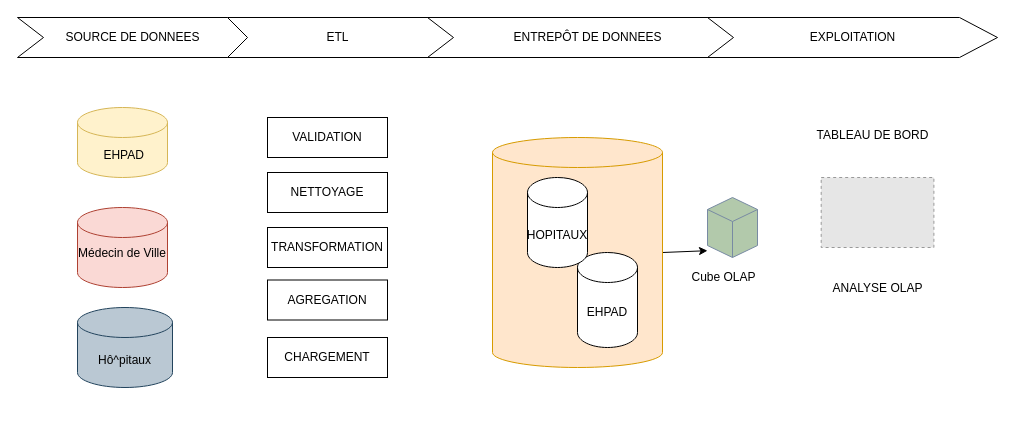
Above: Partie_2/Untitled Diagram.drawio in agossouvo/creez_un_dashboard (draw.io), before the change. Source tidied: cells renumbered, new cells numbered last; positions are measured from the earlier drawing's top-left corner, leaving out a move shared by most shapes. Both pictures are drawn from the tidied source at 100%, with x=0, y=0 at pixel (17, 17). Pictures stored in the file or linked from it are replaced by grey dashed boxes.
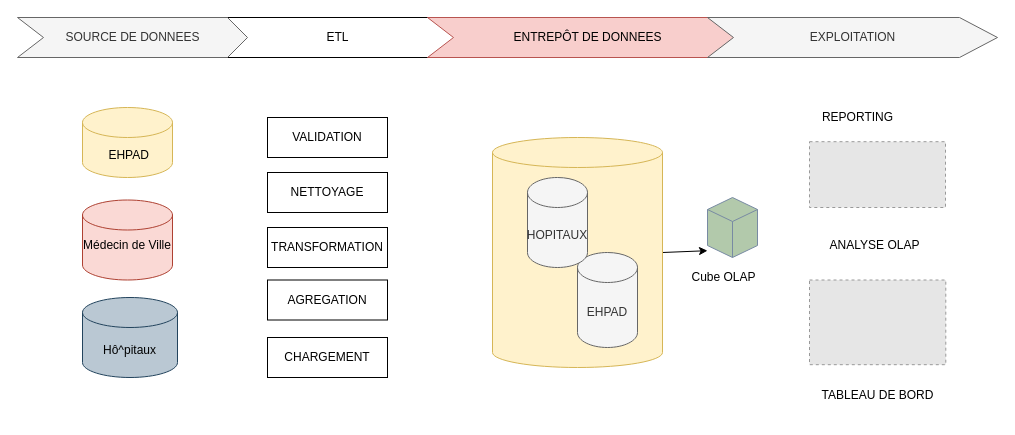
The same diagram, later.

Commit message:
Mettre à jour Untitled Diagram.drawio

The edit, as a diff of the source:
```diff
@@
     <mxCell id="3" value="&lt;div&gt;Médecin de Ville&lt;/div&gt;&lt;div&gt;&lt;br&gt;&lt;/div&gt;" style="shape=cylinder3;whiteSpace=wrap;html=1;boundedLbl=1;backgroundOutline=1;size=15;fillColor=#fad9d5;strokeColor=#ae4132;" parent="1" vertex="1">
-      <mxGeometry x="60" y="190" width="90" height="80" as="geometry" />
+      <mxGeometry x="65" y="182.5" width="90" height="80" as="geometry" />
     </mxCell>
     <mxCell id="4" value="&amp;nbsp;EHPAD" style="shape=cylinder3;whiteSpace=wrap;html=1;boundedLbl=1;backgroundOutline=1;size=15;labelBorderColor=none;fillColor=#fff2cc;strokeColor=#d6b656;" parent="1" vertex="1">
-      <mxGeometry x="60" y="90" width="90" height="70" as="geometry" />
+      <mxGeometry x="65" y="90" width="90" height="70" as="geometry" />
     </mxCell>
@@
-    <mxCell id="7" style="shape=cylinder3;whiteSpace=wrap;html=1;boundedLbl=1;backgroundOutline=1;size=15;fillColor=#ffe6cc;strokeColor=#d79b00;" parent="1" vertex="1">
+    <mxCell id="7" style="shape=cylinder3;whiteSpace=wrap;html=1;boundedLbl=1;backgroundOutline=1;size=15;fillColor=#fff2cc;strokeColor=#d6b656;" parent="1" vertex="1">
       <mxGeometry x="475" y="120" width="170" height="230" as="geometry" />
     </mxCell>
     <mxCell id="8" value="Hô^pitaux" style="shape=cylinder3;whiteSpace=wrap;html=1;boundedLbl=1;backgroundOutline=1;size=15;fillColor=#bac8d3;strokeColor=#23445d;" parent="1" vertex="1">
-      <mxGeometry x="60" y="290" width="95" height="80" as="geometry" />
+      <mxGeometry x="65" y="280" width="95" height="80" as="geometry" />
     </mxCell>
@@
-    <mxCell id="10" value="SOURCE DE DONNEES" style="html=1;shadow=0;dashed=0;align=center;verticalAlign=middle;shape=mxgraph.arrows2.arrow;dy=0;dx=20;notch=26;" parent="1" vertex="1">
+    <mxCell id="10" value="SOURCE DE DONNEES" style="html=1;shadow=0;dashed=0;align=center;verticalAlign=middle;shape=mxgraph.arrows2.arrow;dy=0;dx=20;notch=26;fillColor=#f5f5f5;strokeColor=#666666;fontColor=#333333;" parent="1" vertex="1">
       <mxGeometry width="230" height="40" as="geometry" />
     </mxCell>
-    <mxCell id="11" value="ENTREPÔT DE DONNEES" style="html=1;shadow=0;dashed=0;align=center;verticalAlign=middle;shape=mxgraph.arrows2.arrow;dy=0;dx=38;notch=26;" parent="1" vertex="1">
+    <mxCell id="11" value="ENTREPÔT DE DONNEES" style="html=1;shadow=0;dashed=0;align=center;verticalAlign=middle;shape=mxgraph.arrows2.arrow;dy=0;dx=38;notch=26;fillColor=#f8cecc;strokeColor=#b85450;" parent="1" vertex="1">
       <mxGeometry x="410" width="320" height="40" as="geometry" />
     </mxCell>
-    <mxCell id="12" value="EXPLOITATION" style="html=1;shadow=0;dashed=0;align=center;verticalAlign=middle;shape=mxgraph.arrows2.arrow;dy=0;dx=38;notch=26;" parent="1" vertex="1">
+    <mxCell id="12" value="EXPLOITATION" style="html=1;shadow=0;dashed=0;align=center;verticalAlign=middle;shape=mxgraph.arrows2.arrow;dy=0;dx=38;notch=26;fillColor=#f5f5f5;strokeColor=#666666;fontColor=#333333;" parent="1" vertex="1">
       <mxGeometry x="690" width="290" height="40" as="geometry" />
     </mxCell>
@@
     <mxCell id="19" style="fillColor=#E6E6E6;strokeColor=#999999;dashed=1;verticalLabelPosition=bottom;verticalAlign=top;" parent="1" vertex="1">
-      <mxGeometry x="803.7" y="160" width="112.7" height="70" as="geometry" />
+      <mxGeometry x="792" y="262.5" width="136.3" height="84.7" as="geometry" />
     </mxCell>
-    <mxCell id="20" value="EHPAD" style="shape=cylinder3;whiteSpace=wrap;html=1;boundedLbl=1;backgroundOutline=1;size=15;" parent="1" vertex="1">
+    <mxCell id="20" value="EHPAD" style="shape=cylinder3;whiteSpace=wrap;html=1;boundedLbl=1;backgroundOutline=1;size=15;fillColor=#f5f5f5;strokeColor=#666666;fontColor=#333333;" parent="1" vertex="1">
       <mxGeometry x="560" y="235" width="60" height="95" as="geometry" />
     </mxCell>
-    <mxCell id="21" value="&lt;div align=&quot;center&quot;&gt;HOPITAUX&lt;/div&gt;" style="shape=cylinder3;whiteSpace=wrap;html=1;boundedLbl=1;backgroundOutline=1;size=15;align=center;" parent="1" vertex="1">
+    <mxCell id="21" value="&lt;div align=&quot;center&quot;&gt;HOPITAUX&lt;/div&gt;" style="shape=cylinder3;whiteSpace=wrap;html=1;boundedLbl=1;backgroundOutline=1;size=15;align=center;fillColor=#f5f5f5;strokeColor=#666666;fontColor=#333333;" parent="1" vertex="1">
       <mxGeometry x="510" y="160" width="60" height="90" as="geometry" />
     </mxCell>
@@
     <mxCell id="23" value="&lt;div&gt;ANALYSE OLAP&lt;/div&gt;&lt;div&gt;&lt;br&gt;&lt;/div&gt;" style="text;html=1;align=center;verticalAlign=middle;" parent="1" vertex="1">
-      <mxGeometry x="810" y="262.5" width="100" height="30" as="geometry" />
+      <mxGeometry x="807" y="220" width="100" height="30" as="geometry" />
     </mxCell>
     <mxCell id="24" value="&lt;div&gt;TABLEAU DE BORD&lt;/div&gt;&lt;div&gt;&lt;br&gt;&lt;/div&gt;" style="text;html=1;align=center;verticalAlign=middle;" parent="1" vertex="1">
-      <mxGeometry x="790" y="110" width="130" height="30" as="geometry" />
+      <mxGeometry x="795.2" y="370" width="130" height="30" as="geometry" />
     </mxCell>
+    <mxCell id="25" style="fillColor=#E6E6E6;strokeColor=#999999;dashed=1;verticalLabelPosition=bottom;verticalAlign=top;" parent="1" vertex="1">
+      <mxGeometry x="792" y="124.2" width="136" height="65.8" as="geometry" />
+    </mxCell>
+    <mxCell id="26" value="REPORTING" style="text;html=1;align=center;verticalAlign=middle;" parent="1" vertex="1">
+      <mxGeometry x="795" y="90" width="90" height="20" as="geometry" />
+    </mxCell>
```
